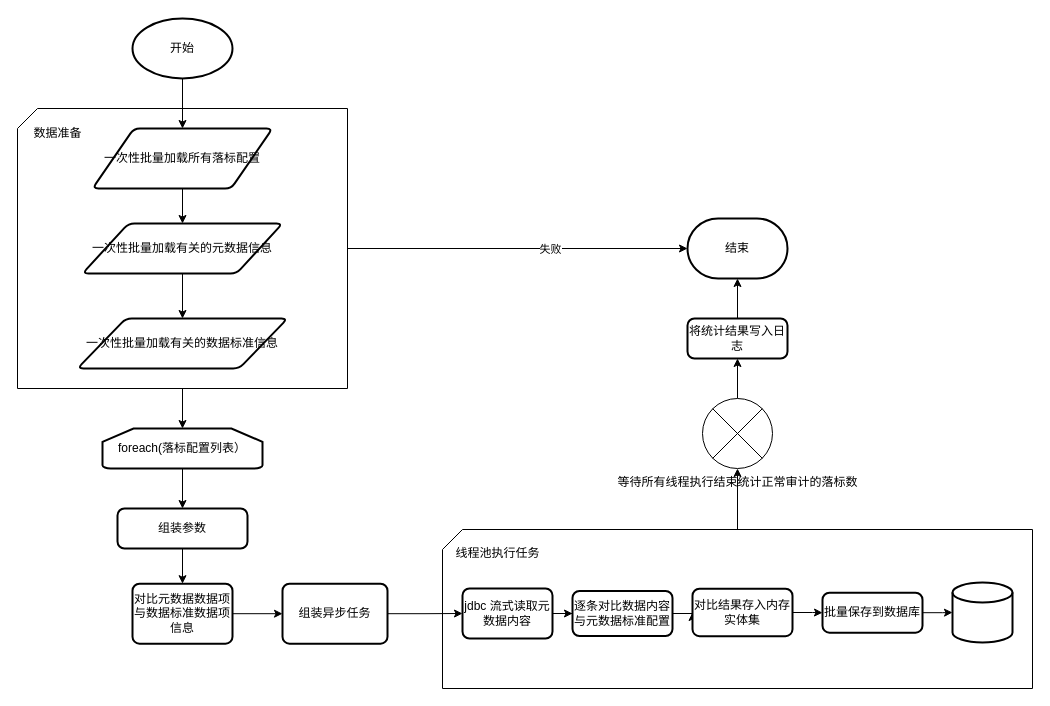
weiqingping/dw keeps this draw.io diagram as 落标审计执行任务.drawio. Above is the earlier version. Source tidied: cells renumbered, new cells numbered last; positions are measured from the earlier drawing's top-left corner, leaving out a move shared by most shapes. Both pictures are drawn from the tidied source at 100%, with x=0, y=0 at pixel (17, 18).
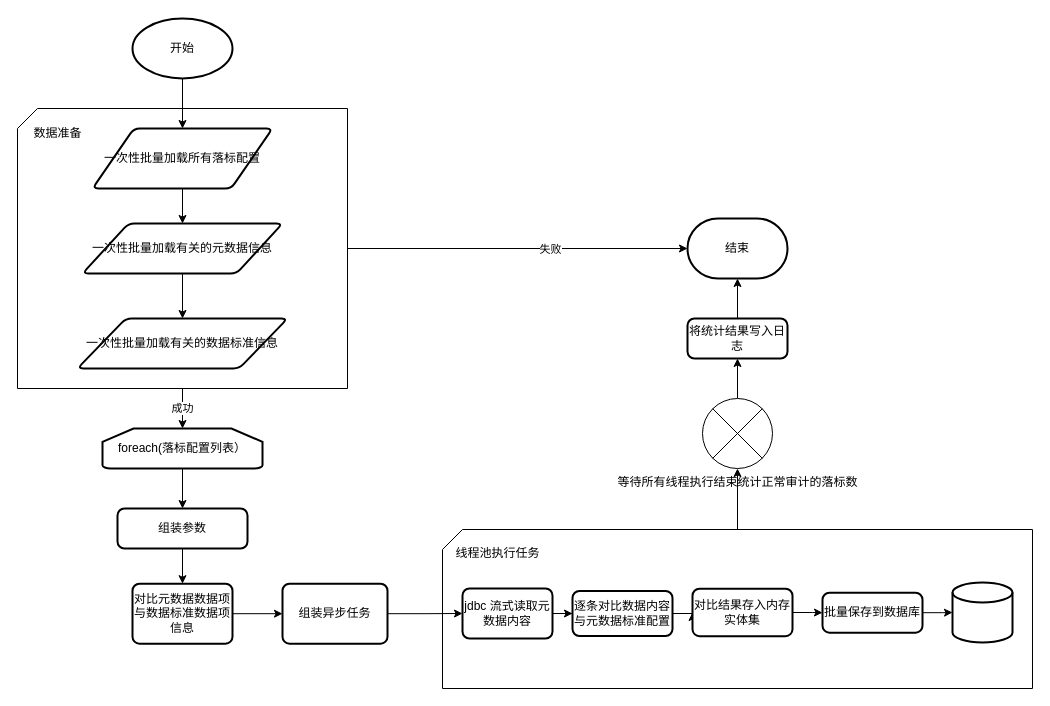
The same page after the edit.

Commit message (it also covers changes not shown here):
更新落标审计执行任务.drawio

Unchanged cells that the change refers to:
```xml
<mxCell id="5" style="verticalLabelPosition=bottom;verticalAlign=top;html=1;shape=card;whiteSpace=wrap;size=20;arcSize=12;" parent="1" vertex="1">
  <mxGeometry y="90" width="330" height="280" as="geometry" />
</mxCell>
<mxCell id="16" value="foreach(落标配置列表）" style="strokeWidth=2;html=1;shape=mxgraph.flowchart.loop_limit;whiteSpace=wrap;" parent="1" vertex="1">
  <mxGeometry x="85" y="410" width="160" height="40" as="geometry" />
</mxCell>
```

Change to the diagram source:
```diff
@@
-    <mxCell id="4" style="edgeStyle=orthogonalEdgeStyle;rounded=0;jettySize=auto;html=1;" parent="1" edge="1" source="5" target="16">
+    <mxCell id="4" value="成功" style="edgeStyle=orthogonalEdgeStyle;rounded=0;jettySize=auto;html=1;" parent="1" edge="1" source="5" target="16">
       <mxGeometry relative="1" as="geometry" />
     </mxCell>
```
